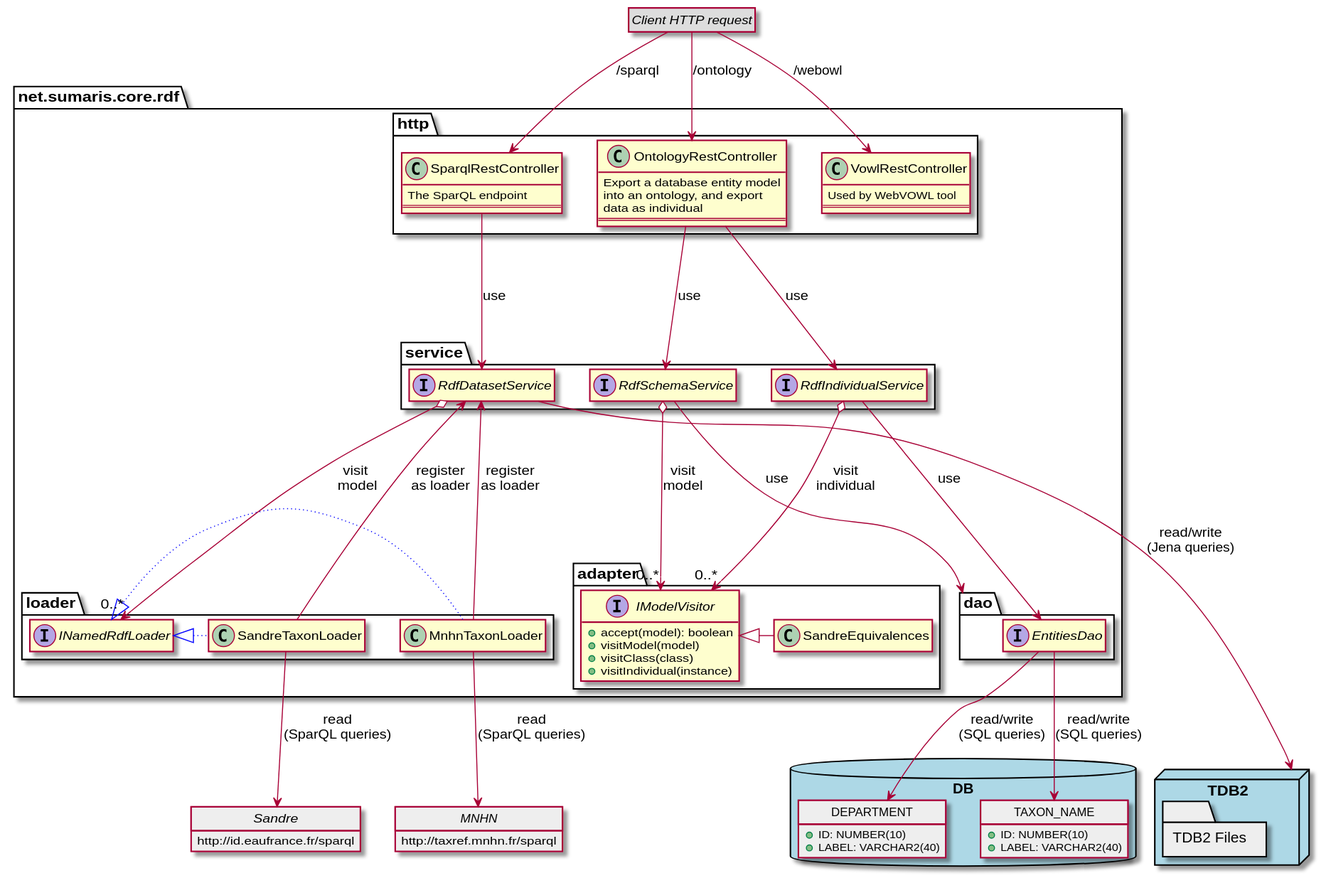
Above: architecture/rdf/img/rdf-components.svg in sumaris-net/sumaris-doc (PlantUML), before the change. Its source is kept beside it as architecture/rdf/img/rdf-components.puml. Source of this version:
```plantuml
@startuml
hide empty members

together {
    package DB <<Database>>  #lightblue {
        class TAXON_NAME #EEE {
            + ID: NUMBER(10)
            + LABEL: VARCHAR2(40)
        }
        class DEPARTMENT #EEE {
            + ID: NUMBER(10)
            + LABEL: VARCHAR2(40)
        }

        hide TAXON_NAME circle
        hide DEPARTMENT circle

    }

    package TDB2 <<Node>> #lightblue {
        package "TDB2 Files" <<Folder>> #EEE {

        }
    }
}

together {
    interface "Sandre" as sandreEndpoint #EEE {
      http://id.eaufrance.fr/sparql
    }
    hide sandreEndpoint circle

    interface "MNHN" as mnhnEndpoint #EEE {
      http://taxref.mnhn.fr/sparql
    }
    hide mnhnEndpoint circle

}

package "net.sumaris.core.rdf" {

    package adapter {
        interface IModelVisitor {
            + accept(model): boolean
            + visitModel(model)
            + visitClass(class)
            + visitIndividual(instance)
        }

        class SandreEquivalences

        SandreEquivalences -left-|> IModelVisitor
    }

    package dao {

        interface EntitiesDao

        EntitiesDao -down-> TAXON_NAME : read/write\n(SQL queries)
        EntitiesDao -down-> DEPARTMENT : read/write\n(SQL queries)
    }

    package loader {
        interface INamedRdfLoader

        class MnhnTaxonLoader
        class SandreTaxonLoader

        MnhnTaxonLoader -right-|> INamedRdfLoader #blue;line.dotted
        SandreTaxonLoader -left-|> INamedRdfLoader #blue;line.dotted

        MnhnTaxonLoader --> mnhnEndpoint : read\n(SparQL queries)
        SandreTaxonLoader --> sandreEndpoint : read\n(SparQL queries)
    }

    package service {
        interface RdfSchemaService
        RdfSchemaService --> dao : use

        interface RdfIndividualService
        RdfIndividualService --> EntitiesDao : use


        interface RdfDatasetService

        RdfDatasetService --> TDB2 : read/write\n(Jena queries)
        RdfDatasetService o-down-> "0..*" INamedRdfLoader : visit\n model
    }


    MnhnTaxonLoader -up-> RdfDatasetService : "register\nas loader"
    SandreTaxonLoader -up-> RdfDatasetService : "register\nas loader"
    RdfIndividualService o--> "0..*" IModelVisitor : "visit\nindividual"
    RdfSchemaService o--> "0..*" IModelVisitor : "visit\nmodel"

    package http {

        class SparqlRestController {
            The SparQL endpoint
            ==
        }
        hide SparqlRestController methods

        class OntologyRestController {
            Export a database entity model
            into an ontology, and export
            data as individual
            ==
        }

        class VowlRestController {
            Used by WebVOWL tool
            ==
        }

        SparqlRestController --> RdfDatasetService : use
        OntologyRestController --> RdfSchemaService : use
        OntologyRestController --> RdfIndividualService : use
    }

}

interface "Client HTTP request" as client #DDD
hide client circle

client --> SparqlRestController : /sparql
client --> VowlRestController : /webowl
client --> OntologyRestController : /ontology


@enduml
```
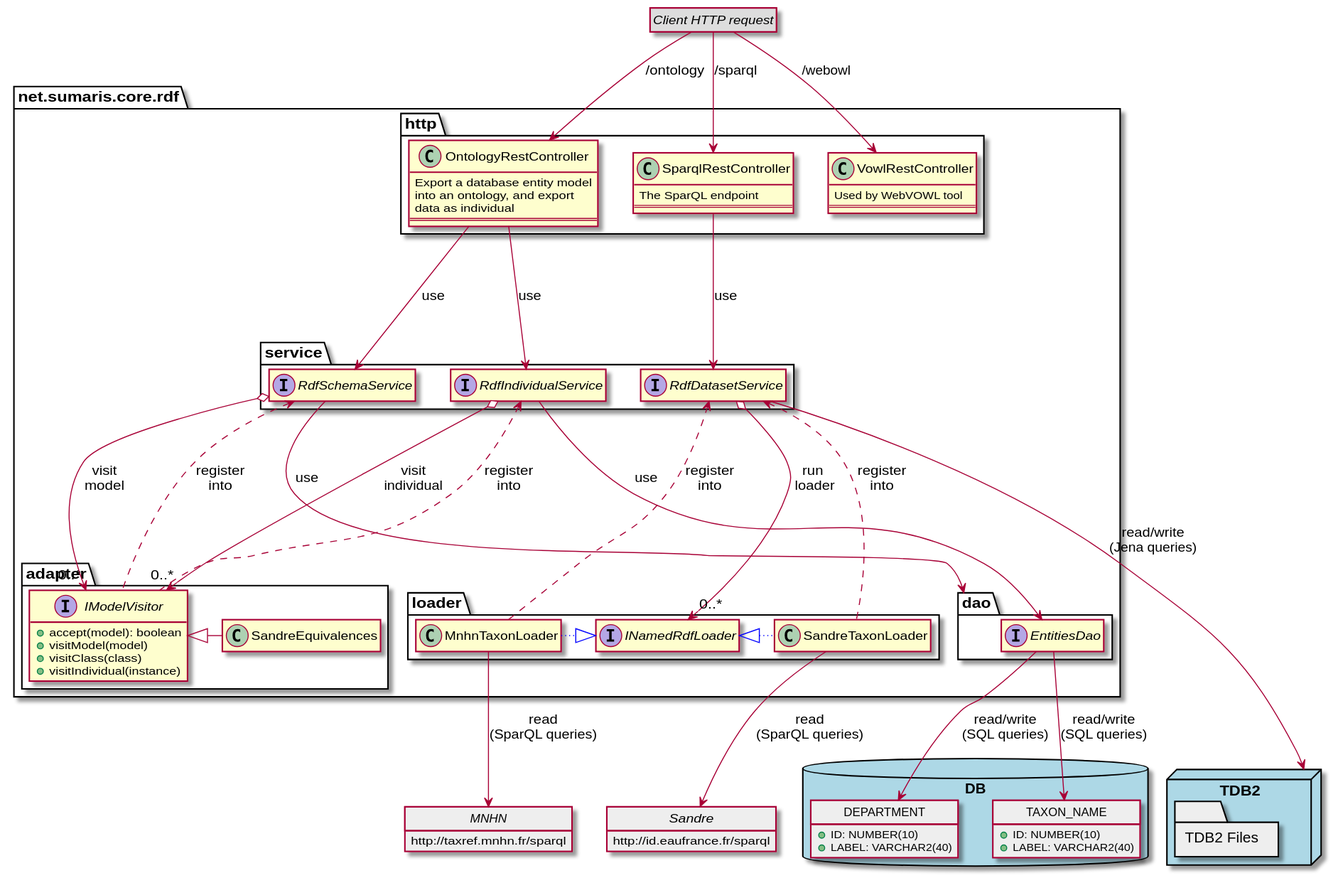
The same diagram one commit later.

Commit message:
[enh] RDF: Fix components graph

Change to the diagram source:
```diff
@@ -84,14 +84,17 @@
         interface RdfDatasetService
 
         RdfDatasetService --> TDB2 : read/write\n(Jena queries)
-        RdfDatasetService o-down-> "0..*" INamedRdfLoader : visit\n model
+        RdfDatasetService o-down-> "0..*" INamedRdfLoader : run\n loader
     }
 
 
-    MnhnTaxonLoader -up-> RdfDatasetService : "register\nas loader"
-    SandreTaxonLoader -up-> RdfDatasetService : "register\nas loader"
+    MnhnTaxonLoader .up.> RdfDatasetService : "register\ninto"
+    SandreTaxonLoader .up.> RdfDatasetService : "register\ninto"
     RdfIndividualService o--> "0..*" IModelVisitor : "visit\nindividual"
     RdfSchemaService o--> "0..*" IModelVisitor : "visit\nmodel"
+    IModelVisitor .up.> RdfSchemaService : "register\ninto"
+    IModelVisitor .up.> RdfIndividualService : "register\ninto"
+
 
     package http {
 
```
